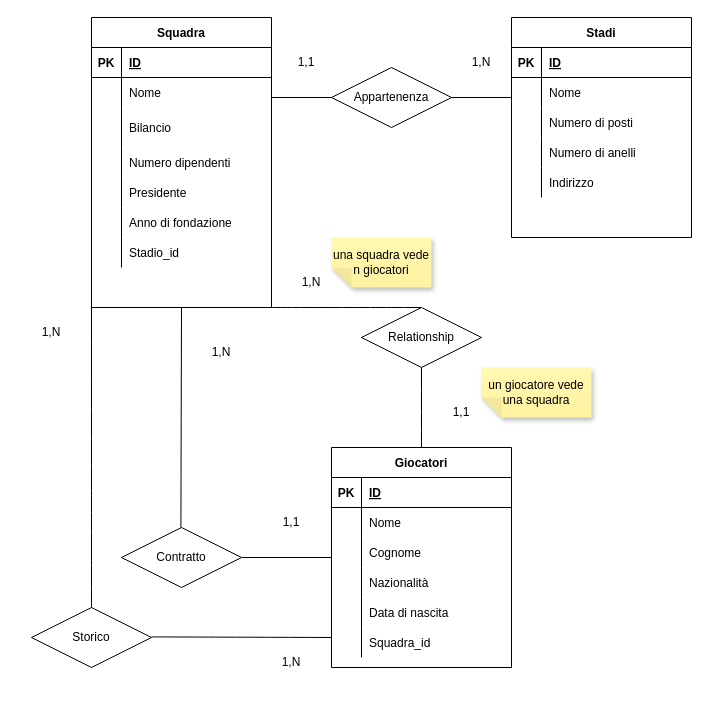
Earlier version of the draw.io diagram figc_ER.drawio (Michelangelo1999/database). Source tidied: cells renumbered, new cells numbered last; positions are measured from the earlier drawing's top-left corner, leaving out a move shared by most shapes. Both pictures are drawn from the tidied source at 100%, with x=0, y=0 at pixel (21, 17).
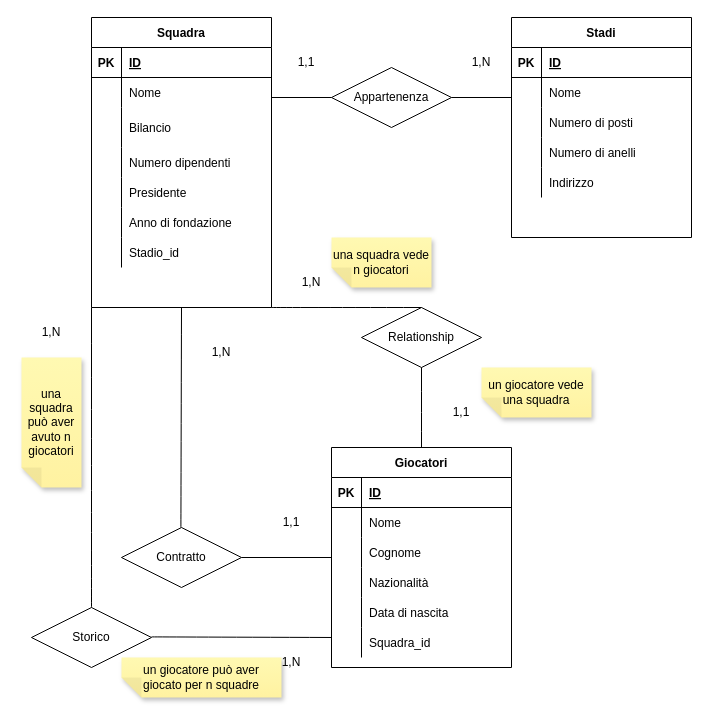
The same diagram, later.

Change to the diagram source:
```diff
@@
+    <mxCell id="81" value="una squadra può aver avuto n giocatori" style="shape=note;whiteSpace=wrap;html=1;backgroundOutline=1;fontColor=#000000;darkOpacity=0.05;fillColor=#FFF9B2;strokeColor=none;fillStyle=solid;direction=west;gradientDirection=north;gradientColor=#FFF2A1;shadow=1;size=20;hachureGap=4;" parent="1" vertex="1">
+      <mxGeometry y="340" width="60" height="130" as="geometry" />
+    </mxCell>
+    <mxCell id="82" value="un giocatore può aver giocato per n squadre" style="shape=note;whiteSpace=wrap;html=1;backgroundOutline=1;fontColor=#000000;darkOpacity=0.05;fillColor=#FFF9B2;strokeColor=none;fillStyle=solid;direction=west;gradientDirection=north;gradientColor=#FFF2A1;shadow=1;size=20;hachureGap=4;" parent="1" vertex="1">
+      <mxGeometry x="100" y="640" width="160" height="40" as="geometry" />
+    </mxCell>
```
